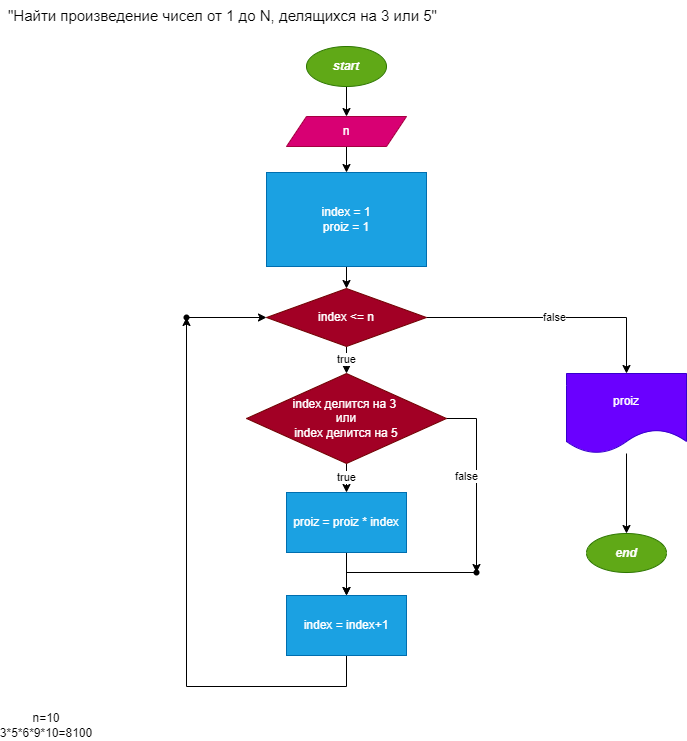
The draw.io diagram blok.drawio.png in SboevaTatiana/SboevaTatiana.github.io, before a commit. Source tidied: cells renumbered, new cells last; positions are measured from the earlier drawing's top-left corner, leaving out a move shared by most shapes.
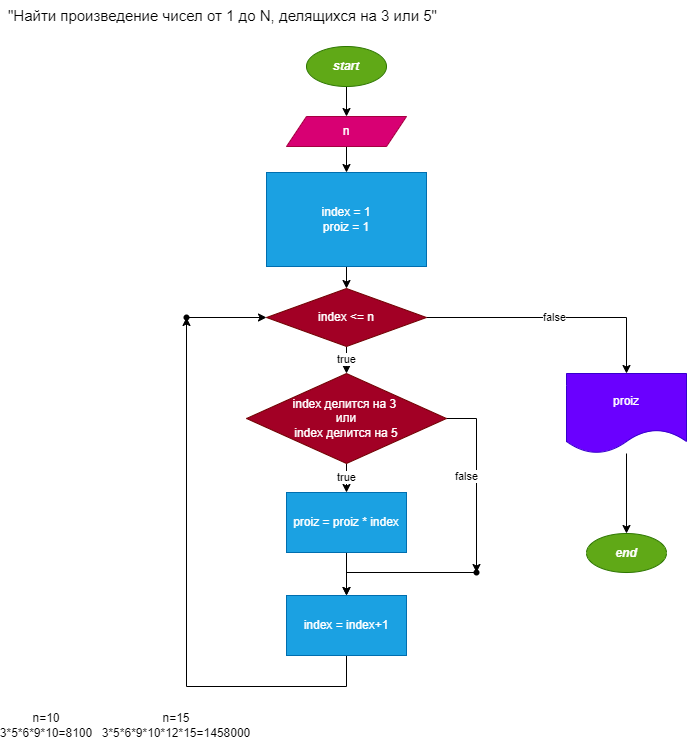
After the change.

Commit message:
добавили пример решения задачи при n=15

Change to the diagram source:
```diff
@@ -82,5 +82,8 @@
     <mxCell id="26" value="n=10&lt;br&gt;3*5*6*9*10=8100" style="text;html=1;strokeColor=none;fillColor=none;align=center;verticalAlign=middle;whiteSpace=wrap;rounded=0;labelBackgroundColor=default;labelBorderColor=none;fontColor=default;" parent="1" vertex="1">
       <mxGeometry x="10" y="710" width="60" height="30" as="geometry" />
     </mxCell>
+    <mxCell id="27" value="n=15&lt;br&gt;3*5*6*9*10*12*15=1458000" style="text;html=1;strokeColor=none;fillColor=none;align=center;verticalAlign=middle;whiteSpace=wrap;rounded=0;labelBackgroundColor=default;labelBorderColor=none;fontColor=default;" parent="1" vertex="1">
+      <mxGeometry x="140" y="710" width="60" height="30" as="geometry" />
+    </mxCell>
   </root>
 </mxGraphModel>
```
